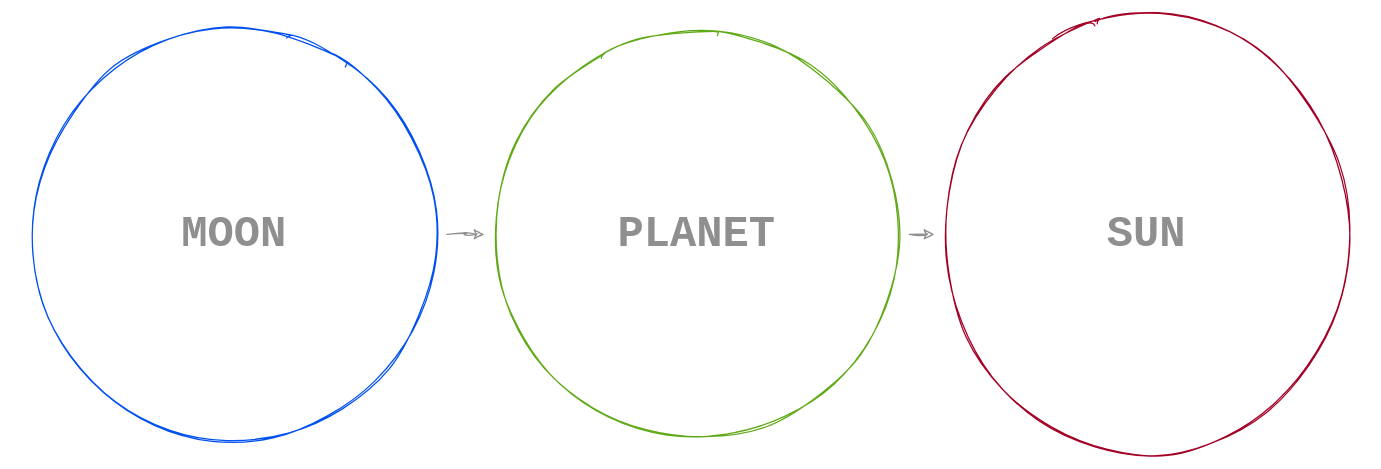
Above: page "0.0.4 2" (4 of 7) of 0. Pendahuluan/Sumber/Teori/Teori.drawio in hassanhabib/The-Standard-Malaysian (draw.io), before the change. Source tidied: cells renumbered, new cells numbered last; positions are measured from the earlier drawing's top-left corner, leaving out a move shared by most shapes. Both pictures are drawn from the tidied source at 125%, with x=0, y=0 at pixel (21, 21).
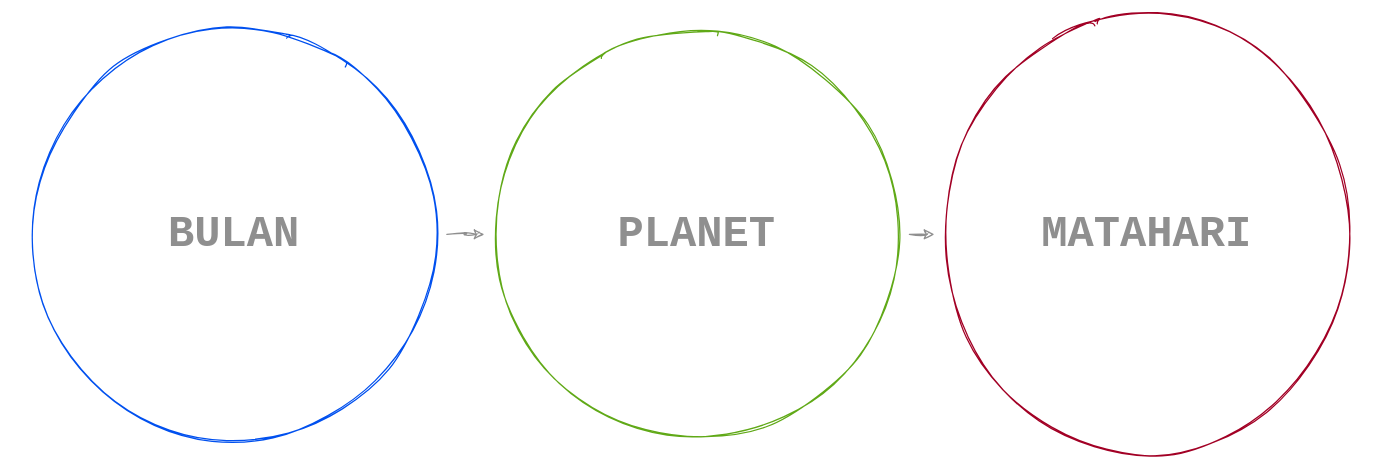
The same page after the edit.

Diff of the diagram source:
```diff
@@
 <mxGraphModel>
   <root>
     <mxCell id="0" />
     <mxCell id="1" parent="0" />
-    <mxCell id="2" value="SUN" style="ellipse;whiteSpace=wrap;html=1;rounded=1;sketch=1;fillColor=none;strokeColor=#A20025;fontFamily=Courier New;fontStyle=1;fontSize=35;fontColor=#8F8F8F;" parent="1" vertex="1">
+    <mxCell id="2" value="MATAHARI" style="ellipse;whiteSpace=wrap;html=1;rounded=1;sketch=1;fillColor=none;strokeColor=#A20025;fontFamily=Courier New;fontStyle=1;fontSize=35;fontColor=#8F8F8F;" parent="1" vertex="1">
       <mxGeometry x="730" width="340" height="340" as="geometry" />
     </mxCell>
     <mxCell id="3" style="edgeStyle=orthogonalEdgeStyle;curved=1;rounded=1;sketch=1;jettySize=auto;html=1;entryX=0;entryY=0.5;entryDx=0;entryDy=0;strokeColor=#8F8F8F;fontFamily=Courier New;fontStyle=1;fontColor=#8F8F8F;" parent="1" edge="1" source="4" target="2">
       <mxGeometry relative="1" as="geometry" />
     </mxCell>
     <mxCell id="4" value="&lt;font style=&quot;font-size: 35px&quot;&gt;PLANET&lt;/font&gt;" style="ellipse;whiteSpace=wrap;html=1;rounded=1;sketch=1;fillColor=none;strokeColor=#60A917;fontFamily=Courier New;fontStyle=1;fontSize=25;fontColor=#8F8F8F;" parent="1" vertex="1">
       <mxGeometry x="370" width="340" height="340" as="geometry" />
     </mxCell>
     <mxCell id="5" style="edgeStyle=orthogonalEdgeStyle;curved=1;rounded=1;sketch=1;jettySize=auto;html=1;strokeColor=#8F8F8F;fontFamily=Courier New;fontStyle=1;fontColor=#8F8F8F;" parent="1" edge="1" source="6" target="4">
       <mxGeometry relative="1" as="geometry" />
     </mxCell>
-    <mxCell id="6" value="&lt;font style=&quot;font-size: 35px&quot;&gt;MOON&lt;/font&gt;" style="ellipse;whiteSpace=wrap;html=1;rounded=1;sketch=1;fillColor=none;strokeColor=#0050EF;fontFamily=Courier New;fontStyle=1;fontColor=#8F8F8F;" parent="1" vertex="1">
+    <mxCell id="6" value="&lt;font style=&quot;font-size: 35px&quot;&gt;BULAN&lt;/font&gt;" style="ellipse;whiteSpace=wrap;html=1;rounded=1;sketch=1;fillColor=none;strokeColor=#0050EF;fontFamily=Courier New;fontStyle=1;fontColor=#8F8F8F;" parent="1" vertex="1">
       <mxGeometry width="340" height="340" as="geometry" />
     </mxCell>
   </root>
 </mxGraphModel>
```
